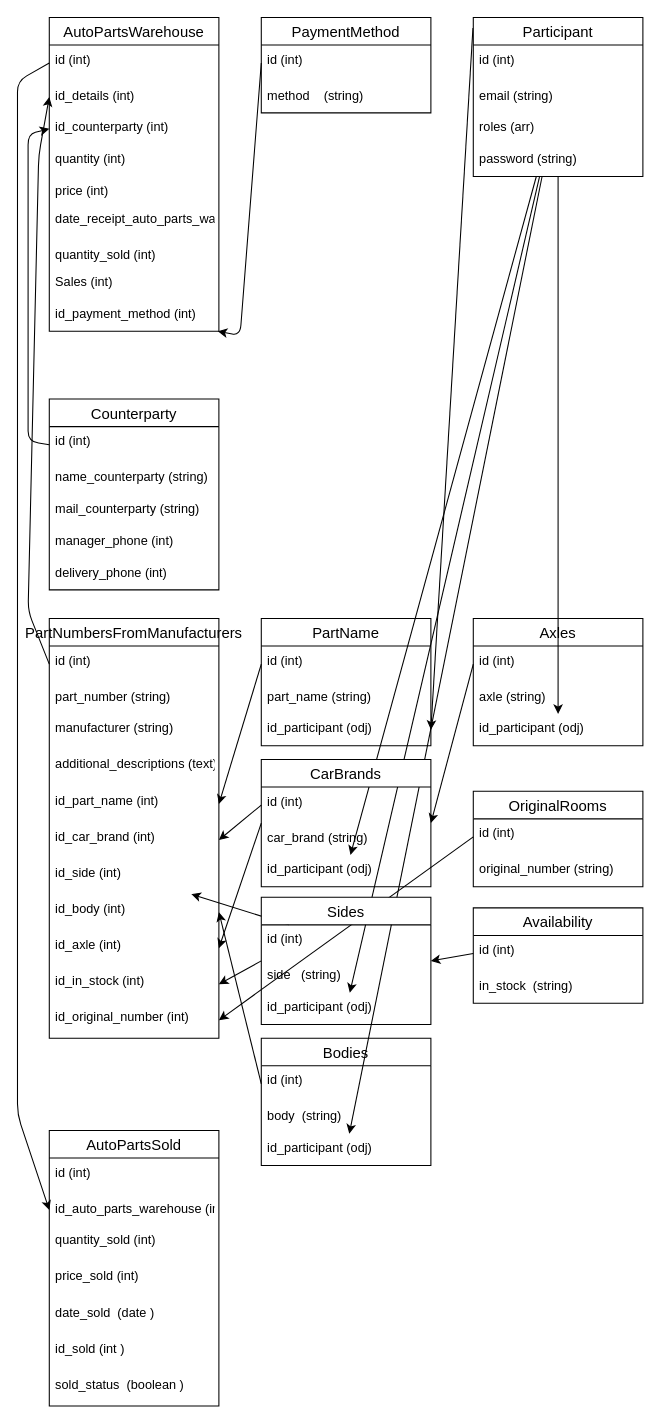
Earlier version of the draw.io diagram db.drawio (Ruslan-qu/autoParts). Source tidied: cells renumbered, new cells numbered last; positions are measured from the earlier drawing's top-left corner, leaving out a move shared by most shapes. Both pictures are drawn from the tidied source at 106%, with x=0, y=0 at pixel (17, 17).
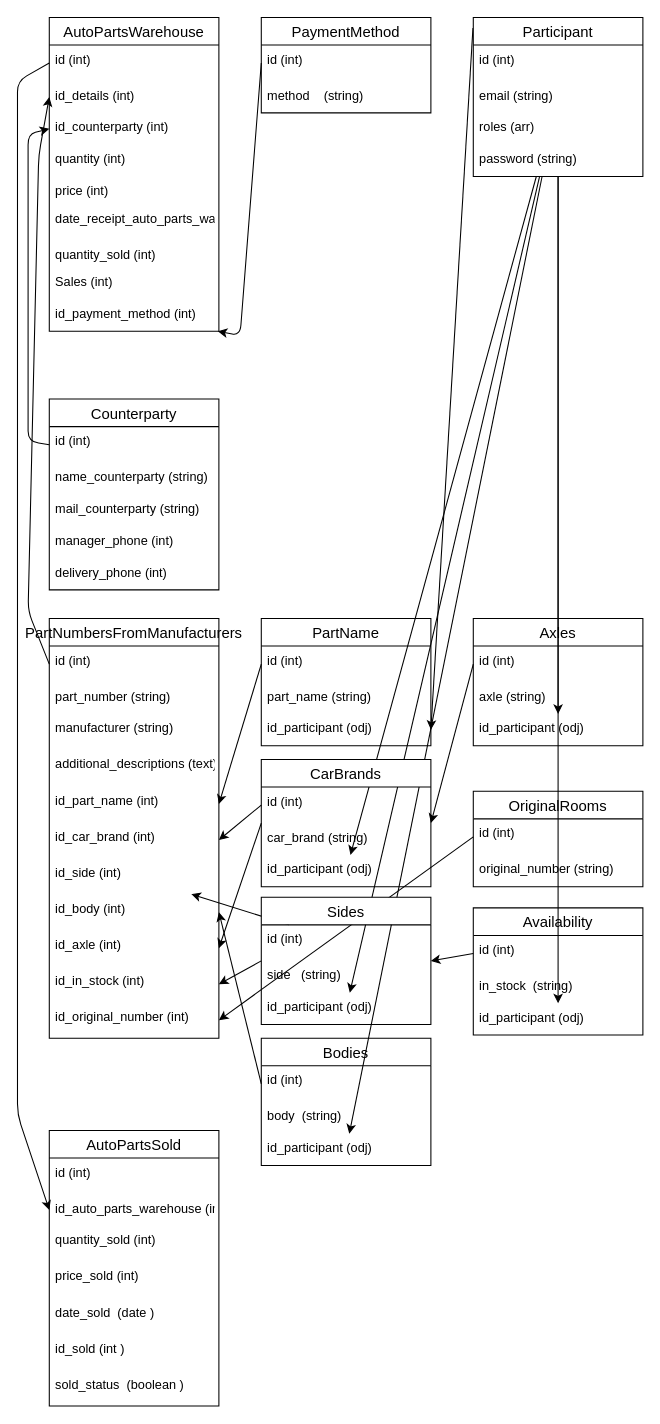
The same diagram, later.

Unchanged cells that the change refers to:
```xml
<mxCell id="75" value="Participant" style="swimlane;fontStyle=0;horizontal=1;startSize=26;align=center;fontSize=14;" parent="1" vertex="1">
  <mxGeometry x="430" width="160" height="150" as="geometry" />
</mxCell>
```

The edit, as a diff of the source:
```diff
@@
     <mxCell id="48" value="Availability" style="swimlane;fontStyle=0;horizontal=1;startSize=26;align=center;fontSize=14;" parent="1" vertex="1">
-      <mxGeometry x="430" y="840" width="160" height="90" as="geometry" />
+      <mxGeometry x="430" y="840" width="160" height="120" as="geometry" />
     </mxCell>
@@
+    <mxCell id="90" value="id_participant (odj)" style="text;strokeColor=none;fillColor=none;spacingLeft=4;spacingRight=4;overflow=hidden;points=[[0,0.5],[1,0.5]];portConstraint=eastwest;fontSize=12;" parent="48" vertex="1">
+      <mxGeometry y="90" width="160" height="30" as="geometry" />
+    </mxCell>
@@
+    <mxCell id="91" style="edgeStyle=none;html=1;" parent="1" edge="1" source="75" target="90">
+      <mxGeometry relative="1" as="geometry" />
+    </mxCell>
```
